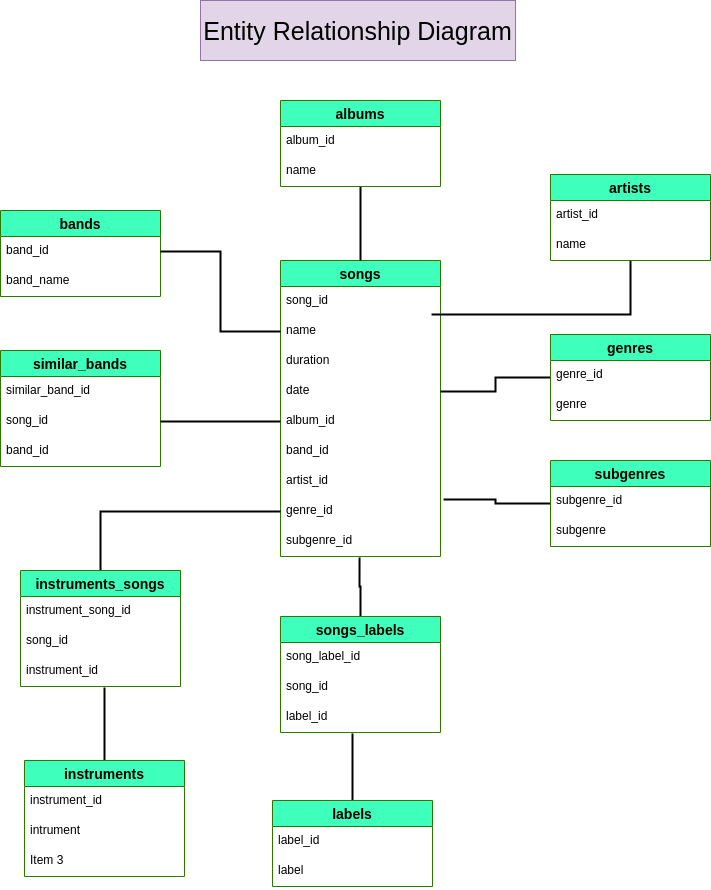
Above: documentation/entity_relationship_diagram.png in LevyCen/song_data_backend (draw.io), before the change. Source tidied: cells renumbered, new cells last; positions are measured from the earlier drawing's top-left corner, leaving out a move shared by most shapes.
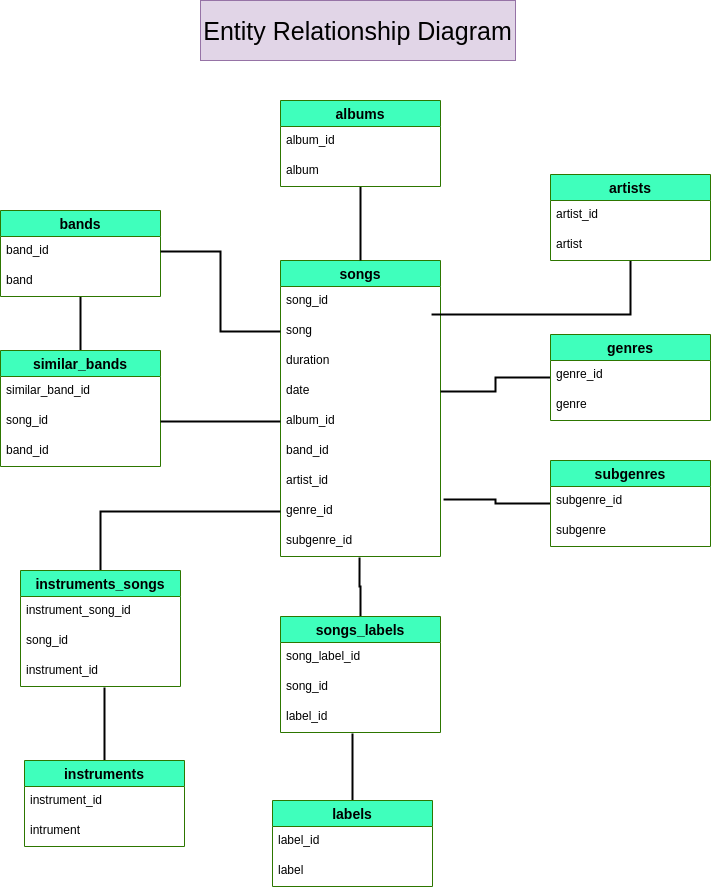
After the commit.

Commit message:
Update entitty relationship diagram

What changed in the source:
```diff
@@ -2,13 +2,16 @@
   <root>
     <mxCell id="0" />
     <mxCell id="1" parent="0" />
+    <mxCell id="57" style="edgeStyle=orthogonalEdgeStyle;rounded=0;jettySize=auto;html=1;entryX=0.5;entryY=0;entryDx=0;entryDy=0;endArrow=none;endFill=0;strokeWidth=2;" parent="1" edge="1" source="2" target="36">
+      <mxGeometry relative="1" as="geometry" />
+    </mxCell>
     <mxCell id="2" value="bands" style="swimlane;fontStyle=1;horizontal=1;startSize=26;align=center;fontSize=14;strokeColor=#2D7600;swimlaneFillColor=#ffffff;fillColor=#3fffbc;" parent="1" vertex="1">
       <mxGeometry y="210" width="160" height="86" as="geometry" />
     </mxCell>
     <mxCell id="3" value="band_id" style="text;strokeColor=none;fillColor=none;spacingLeft=4;spacingRight=4;overflow=hidden;points=[[0,0.5],[1,0.5]];portConstraint=eastwest;fontSize=12;" parent="2" vertex="1">
       <mxGeometry y="26" width="160" height="30" as="geometry" />
     </mxCell>
-    <mxCell id="4" value="band_name" style="text;strokeColor=none;fillColor=none;spacingLeft=4;spacingRight=4;overflow=hidden;fontSize=12;" parent="2" vertex="1">
+    <mxCell id="4" value="band" style="text;strokeColor=none;fillColor=none;spacingLeft=4;spacingRight=4;overflow=hidden;fontSize=12;" parent="2" vertex="1">
       <mxGeometry y="56" width="160" height="30" as="geometry" />
     </mxCell>
     <mxCell id="5" value="songs" style="swimlane;fontStyle=1;horizontal=1;startSize=26;align=center;fontSize=14;strokeColor=#2D7600;swimlaneFillColor=#ffffff;fillColor=#3fffbc;" parent="1" vertex="1">
@@ -17,7 +20,7 @@
     <mxCell id="6" value="song_id" style="text;strokeColor=none;fillColor=none;spacingLeft=4;spacingRight=4;overflow=hidden;fontSize=12;" parent="5" vertex="1">
       <mxGeometry y="26" width="160" height="30" as="geometry" />
     </mxCell>
-    <mxCell id="7" value="name" style="text;strokeColor=none;fillColor=none;spacingLeft=4;spacingRight=4;overflow=hidden;points=[[0,0.5],[1,0.5]];portConstraint=eastwest;fontSize=12;" parent="5" vertex="1">
+    <mxCell id="7" value="song" style="text;strokeColor=none;fillColor=none;spacingLeft=4;spacingRight=4;overflow=hidden;points=[[0,0.5],[1,0.5]];portConstraint=eastwest;fontSize=12;" parent="5" vertex="1">
       <mxGeometry y="56" width="160" height="30" as="geometry" />
     </mxCell>
     <mxCell id="8" value="duration" style="text;strokeColor=none;fillColor=none;spacingLeft=4;spacingRight=4;overflow=hidden;fontSize=12;" parent="5" vertex="1">
@@ -50,7 +53,7 @@
     <mxCell id="17" value="album_id" style="text;strokeColor=none;fillColor=none;spacingLeft=4;spacingRight=4;overflow=hidden;fontSize=12;" parent="16" vertex="1">
       <mxGeometry y="26" width="160" height="30" as="geometry" />
     </mxCell>
-    <mxCell id="18" value="name" style="text;strokeColor=none;fillColor=none;spacingLeft=4;spacingRight=4;overflow=hidden;fontSize=12;" parent="16" vertex="1">
+    <mxCell id="18" value="album" style="text;strokeColor=none;fillColor=none;spacingLeft=4;spacingRight=4;overflow=hidden;fontSize=12;" parent="16" vertex="1">
       <mxGeometry y="56" width="160" height="30" as="geometry" />
     </mxCell>
     <mxCell id="19" style="edgeStyle=orthogonalEdgeStyle;rounded=0;jettySize=auto;html=1;entryX=0.944;entryY=-0.067;entryDx=0;entryDy=0;entryPerimeter=0;fontSize=25;fontColor=#000000;endArrow=none;endFill=0;strokeWidth=2;" parent="1" edge="1" source="20" target="7">
@@ -62,7 +65,7 @@
     <mxCell id="21" value="artist_id" style="text;strokeColor=none;fillColor=none;spacingLeft=4;spacingRight=4;overflow=hidden;fontSize=12;" parent="20" vertex="1">
       <mxGeometry y="26" width="160" height="30" as="geometry" />
     </mxCell>
-    <mxCell id="22" value="name" style="text;strokeColor=none;fillColor=none;spacingLeft=4;spacingRight=4;overflow=hidden;fontSize=12;" parent="20" vertex="1">
+    <mxCell id="22" value="artist" style="text;strokeColor=none;fillColor=none;spacingLeft=4;spacingRight=4;overflow=hidden;fontSize=12;" parent="20" vertex="1">
       <mxGeometry y="56" width="160" height="30" as="geometry" />
     </mxCell>
     <mxCell id="23" style="edgeStyle=orthogonalEdgeStyle;rounded=0;jettySize=auto;html=1;fontSize=25;fontColor=#000000;endArrow=none;endFill=0;strokeWidth=2;" parent="1" edge="1" source="24" target="9">
@@ -93,7 +96,7 @@
       <mxGeometry relative="1" as="geometry" />
     </mxCell>
     <mxCell id="32" value="instruments" style="swimlane;fontStyle=1;horizontal=1;startSize=26;align=center;fontSize=14;strokeColor=#2D7600;swimlaneFillColor=#ffffff;fillColor=#3fffbc;" parent="1" vertex="1">
-      <mxGeometry x="24" y="760" width="160" height="116" as="geometry" />
+      <mxGeometry x="24" y="760" width="160" height="86" as="geometry" />
     </mxCell>
     <mxCell id="33" value="instrument_id" style="text;strokeColor=none;fillColor=none;spacingLeft=4;spacingRight=4;overflow=hidden;fontSize=12;" parent="32" vertex="1">
       <mxGeometry y="26" width="160" height="30" as="geometry" />
@@ -101,9 +104,6 @@
     <mxCell id="34" value="intrument" style="text;strokeColor=none;fillColor=none;spacingLeft=4;spacingRight=4;overflow=hidden;fontSize=12;" parent="32" vertex="1">
       <mxGeometry y="56" width="160" height="30" as="geometry" />
     </mxCell>
-    <mxCell id="35" value="Item 3" style="text;strokeColor=none;fillColor=none;spacingLeft=4;spacingRight=4;overflow=hidden;fontSize=12;" parent="32" vertex="1">
-      <mxGeometry y="86" width="160" height="30" as="geometry" />
-    </mxCell>
     <mxCell id="36" value="similar_bands" style="swimlane;fontStyle=1;horizontal=1;startSize=26;align=center;fontSize=14;strokeColor=#2D7600;swimlaneFillColor=#ffffff;fillColor=#3fffbc;" parent="1" vertex="1">
       <mxGeometry y="350" width="160" height="116" as="geometry" />
     </mxCell>
```
